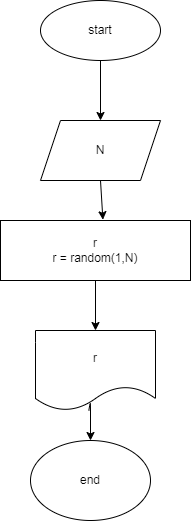
The draw.io diagram ex000.drawio.png in DLiudmila/GIT-praktika, before a commit. Source tidied: cells renumbered, new cells last; positions are measured from the earlier drawing's top-left corner, leaving out a move shared by most shapes. The source it was exported from:
```xml
<mxGraphModel>
  <root>
    <mxCell id="0" />
    <mxCell id="1" parent="0" />
    <mxCell id="2" style="edgeStyle=none;html=1;" parent="1" edge="1" source="3">
      <mxGeometry relative="1" as="geometry">
        <mxPoint x="100" y="120" as="targetPoint" />
      </mxGeometry>
    </mxCell>
    <mxCell id="3" value="start" style="ellipse;whiteSpace=wrap;html=1;" parent="1" vertex="1">
      <mxGeometry x="40" width="120" height="60" as="geometry" />
    </mxCell>
    <mxCell id="4" value="N" style="shape=parallelogram;perimeter=parallelogramPerimeter;whiteSpace=wrap;html=1;fixedSize=1;" parent="1" vertex="1">
      <mxGeometry x="40" y="120" width="120" height="60" as="geometry" />
    </mxCell>
    <mxCell id="5" style="endArrow=classic;html=1;exitX=0.5;exitY=1;exitDx=0;exitDy=0;entryX=0.539;entryY=-0.013;entryDx=0;entryDy=0;entryPerimeter=0;" parent="1" edge="1" source="4" target="6">
      <mxGeometry relative="1" as="geometry" />
    </mxCell>
    <mxCell id="6" value="r&lt;br&gt;r = random(1,N)" style="rounded=0;whiteSpace=wrap;html=1;" parent="1" vertex="1">
      <mxGeometry y="220" width="190" height="60" as="geometry" />
    </mxCell>
    <mxCell id="7" style="edgeStyle=none;html=1;entryX=0.5;entryY=0;entryDx=0;entryDy=0;exitX=0.5;exitY=1;exitDx=0;exitDy=0;" parent="1" edge="1" source="6" target="9">
      <mxGeometry relative="1" as="geometry" />
    </mxCell>
    <mxCell id="8" style="edgeStyle=none;html=1;" parent="1" edge="1" source="9">
      <mxGeometry relative="1" as="geometry">
        <mxPoint x="90" y="440" as="targetPoint" />
        <Array as="points">
          <mxPoint x="90" y="400" />
        </Array>
      </mxGeometry>
    </mxCell>
    <mxCell id="9" value="r" style="shape=document;whiteSpace=wrap;html=1;boundedLbl=1;" parent="1" vertex="1">
      <mxGeometry x="35" y="330" width="120" height="80" as="geometry" />
    </mxCell>
    <mxCell id="10" value="end" style="ellipse;whiteSpace=wrap;html=1;" parent="1" vertex="1">
      <mxGeometry x="30" y="440" width="120" height="80" as="geometry" />
    </mxCell>
  </root>
</mxGraphModel>
```
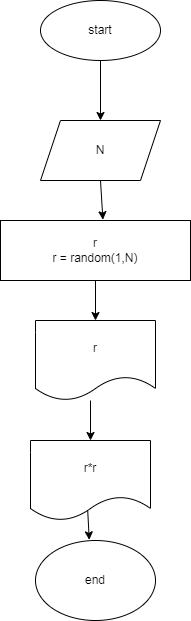
Later version of the same file.

Change to the diagram source:
```diff
@@ -31,10 +31,16 @@
       </mxGeometry>
     </mxCell>
     <mxCell id="9" value="r" style="shape=document;whiteSpace=wrap;html=1;boundedLbl=1;" parent="1" vertex="1">
-      <mxGeometry x="35" y="330" width="120" height="80" as="geometry" />
+      <mxGeometry x="35" y="320" width="120" height="80" as="geometry" />
     </mxCell>
     <mxCell id="10" value="end" style="ellipse;whiteSpace=wrap;html=1;" parent="1" vertex="1">
-      <mxGeometry x="30" y="440" width="120" height="80" as="geometry" />
+      <mxGeometry x="35" y="540" width="120" height="80" as="geometry" />
     </mxCell>
+    <mxCell id="11" value="r*r" style="shape=document;whiteSpace=wrap;html=1;boundedLbl=1;" parent="1" vertex="1">
+      <mxGeometry x="30" y="440" width="120" height="80" as="geometry" />
+    </mxCell>
+    <mxCell id="12" style="endArrow=classic;html=1;entryX=0.448;entryY=-0.008;entryDx=0;entryDy=0;entryPerimeter=0;exitX=0.477;exitY=0.882;exitDx=0;exitDy=0;exitPerimeter=0;" parent="1" edge="1" source="11" target="10">
+      <mxGeometry relative="1" as="geometry" />
+    </mxCell>
   </root>
 </mxGraphModel>
```
